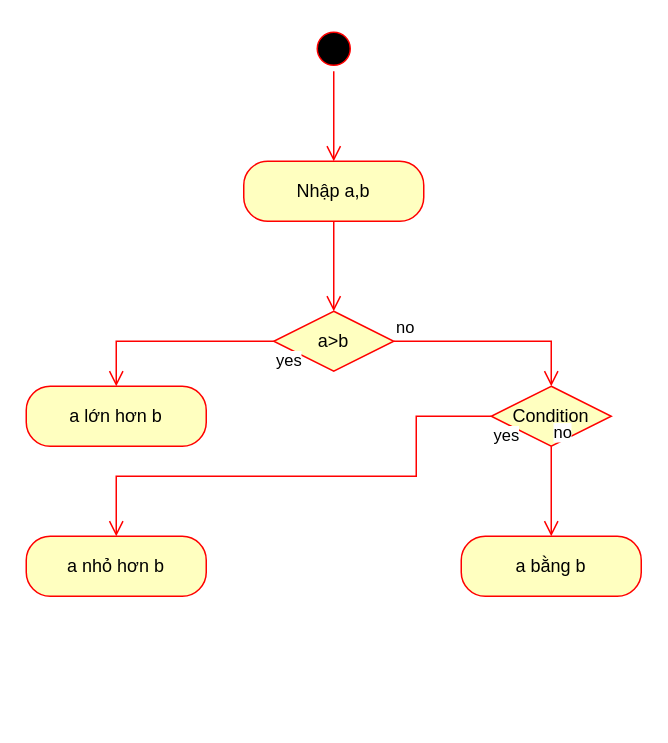
The draw.io diagram drawingstuff/ab.drawio in tildeman/apcbfe, before the edit. Source tidied: cells renumbered, new cells numbered last; positions are measured from the earlier drawing's top-left corner, leaving out a move shared by most shapes. Both pictures are drawn from the tidied source at 150%, with x=0, y=0 at pixel (26, 26).
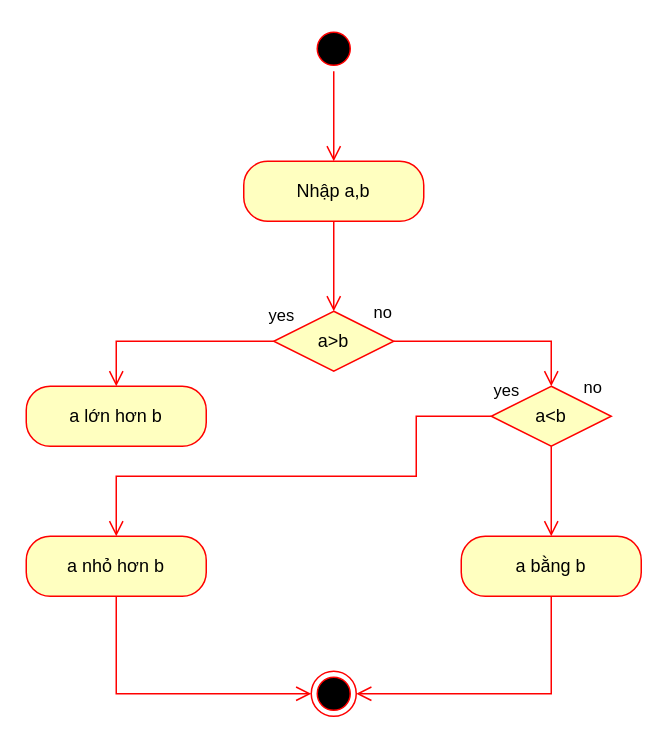
The same diagram, later.

The change refers to these unchanged cells:
```xml
<mxCell id="6" value="a&amp;gt;b" style="rhombus;whiteSpace=wrap;html=1;fillColor=#ffffc0;strokeColor=#ff0000;" parent="1" vertex="1">
  <mxGeometry x="165" y="190" width="80" height="40" as="geometry" />
</mxCell>
<mxCell id="9" value="a lớn hơn b" style="rounded=1;whiteSpace=wrap;html=1;arcSize=40;fontColor=#000000;fillColor=#ffffc0;strokeColor=#ff0000;" parent="1" vertex="1">
  <mxGeometry y="240" width="120" height="40" as="geometry" />
</mxCell>
<mxCell id="13" value="a nhỏ hơn b" style="rounded=1;whiteSpace=wrap;html=1;arcSize=40;fontColor=#000000;fillColor=#ffffc0;strokeColor=#ff0000;" parent="1" vertex="1">
  <mxGeometry y="340" width="120" height="40" as="geometry" />
</mxCell>
<mxCell id="14" value="a bằng b" style="rounded=1;whiteSpace=wrap;html=1;arcSize=40;fontColor=#000000;fillColor=#ffffc0;strokeColor=#ff0000;" parent="1" vertex="1">
  <mxGeometry x="290" y="340" width="120" height="40" as="geometry" />
</mxCell>
```

Diff of the diagram source:
```diff
@@
     <mxCell id="7" value="no" style="edgeStyle=orthogonalEdgeStyle;html=1;align=left;verticalAlign=bottom;endArrow=open;endSize=8;strokeColor=#ff0000;rounded=0;entryX=0.5;entryY=0;entryDx=0;entryDy=0;" parent="1" edge="1" source="6" target="10">
-      <mxGeometry x="-1" relative="1" as="geometry" />
+      <mxGeometry x="-1" y="18" relative="1" as="geometry">
+        <mxPoint x="-15" y="8" as="offset" />
+      </mxGeometry>
     </mxCell>
     <mxCell id="8" value="yes" style="edgeStyle=orthogonalEdgeStyle;html=1;align=left;verticalAlign=top;endArrow=open;endSize=8;strokeColor=#ff0000;rounded=0;entryX=0.5;entryY=0;entryDx=0;entryDy=0;" parent="1" edge="1" source="6" target="9">
-      <mxGeometry x="-1" relative="1" as="geometry" />
+      <mxGeometry x="-0.93" y="-30" relative="1" as="geometry" />
     </mxCell>
@@
-    <mxCell id="10" value="Condition" style="rhombus;whiteSpace=wrap;html=1;fillColor=#ffffc0;strokeColor=#ff0000;" parent="1" vertex="1">
+    <mxCell id="10" value="a&amp;lt;b" style="rhombus;whiteSpace=wrap;html=1;fillColor=#ffffc0;strokeColor=#ff0000;" parent="1" vertex="1">
       <mxGeometry x="310" y="240" width="80" height="40" as="geometry" />
     </mxCell>
     <mxCell id="11" value="no" style="edgeStyle=orthogonalEdgeStyle;html=1;align=left;verticalAlign=bottom;endArrow=open;endSize=8;strokeColor=#ff0000;rounded=0;" parent="1" edge="1" source="10" target="14">
-      <mxGeometry x="-1" relative="1" as="geometry" />
+      <mxGeometry x="-1" y="36" relative="1" as="geometry">
+        <mxPoint x="-16" y="-30" as="offset" />
+      </mxGeometry>
     </mxCell>
     <mxCell id="12" value="yes" style="edgeStyle=orthogonalEdgeStyle;html=1;align=left;verticalAlign=top;endArrow=open;endSize=8;strokeColor=#ff0000;rounded=0;" parent="1" edge="1" source="10" target="13">
-      <mxGeometry x="-1" relative="1" as="geometry">
+      <mxGeometry x="-1" y="-30" relative="1" as="geometry">
         <Array as="points">
           <mxPoint x="260" y="260" />
           <mxPoint x="260" y="300" />
           <mxPoint x="60" y="300" />
         </Array>
       </mxGeometry>
     </mxCell>
@@
+    <mxCell id="15" style="edgeStyle=orthogonalEdgeStyle;html=1;verticalAlign=bottom;endArrow=open;endSize=8;strokeColor=#ff0000;rounded=0;exitX=0.5;exitY=1;exitDx=0;exitDy=0;entryX=1;entryY=0.5;entryDx=0;entryDy=0;" parent="1" edge="1" source="14" target="17">
+      <mxGeometry relative="1" as="geometry">
+        <Array as="points">
+          <mxPoint x="350" y="445" />
+        </Array>
+      </mxGeometry>
+    </mxCell>
+    <mxCell id="16" style="edgeStyle=orthogonalEdgeStyle;html=1;verticalAlign=bottom;endArrow=open;endSize=8;strokeColor=#ff0000;rounded=0;exitX=0.5;exitY=1;exitDx=0;exitDy=0;entryX=0;entryY=0.5;entryDx=0;entryDy=0;" parent="1" edge="1" source="13" target="17">
+      <mxGeometry relative="1" as="geometry">
+        <Array as="points">
+          <mxPoint x="60" y="445" />
+        </Array>
+      </mxGeometry>
+    </mxCell>
+    <mxCell id="17" style="ellipse;html=1;shape=endState;fillColor=#000000;strokeColor=#ff0000;" parent="1" vertex="1">
+      <mxGeometry x="190" y="430" width="30" height="30" as="geometry" />
+    </mxCell>
```
